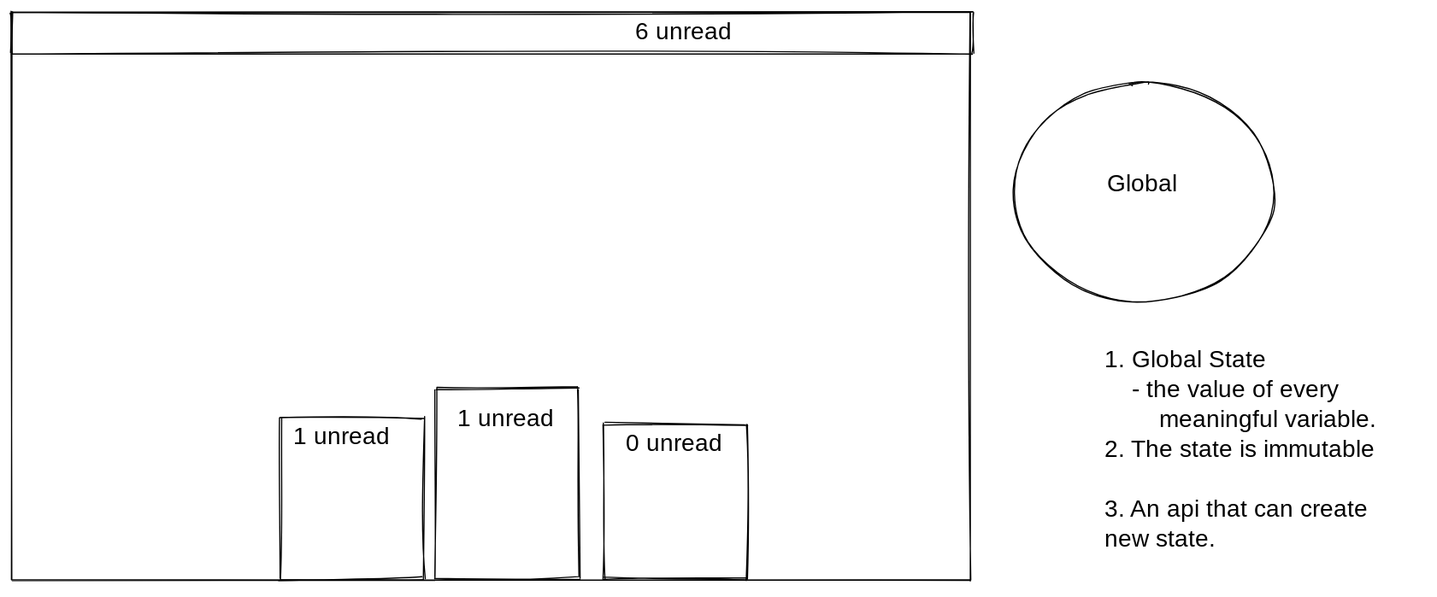
Before: static/img/redux.excalidraw.svg, a diagram exported from Excalidraw (JeffryGonzalez/class-notes). Source tidied: one line per element, renumbered; positions are measured from the earlier drawing's top-left corner, leaving out a move shared by most shapes.
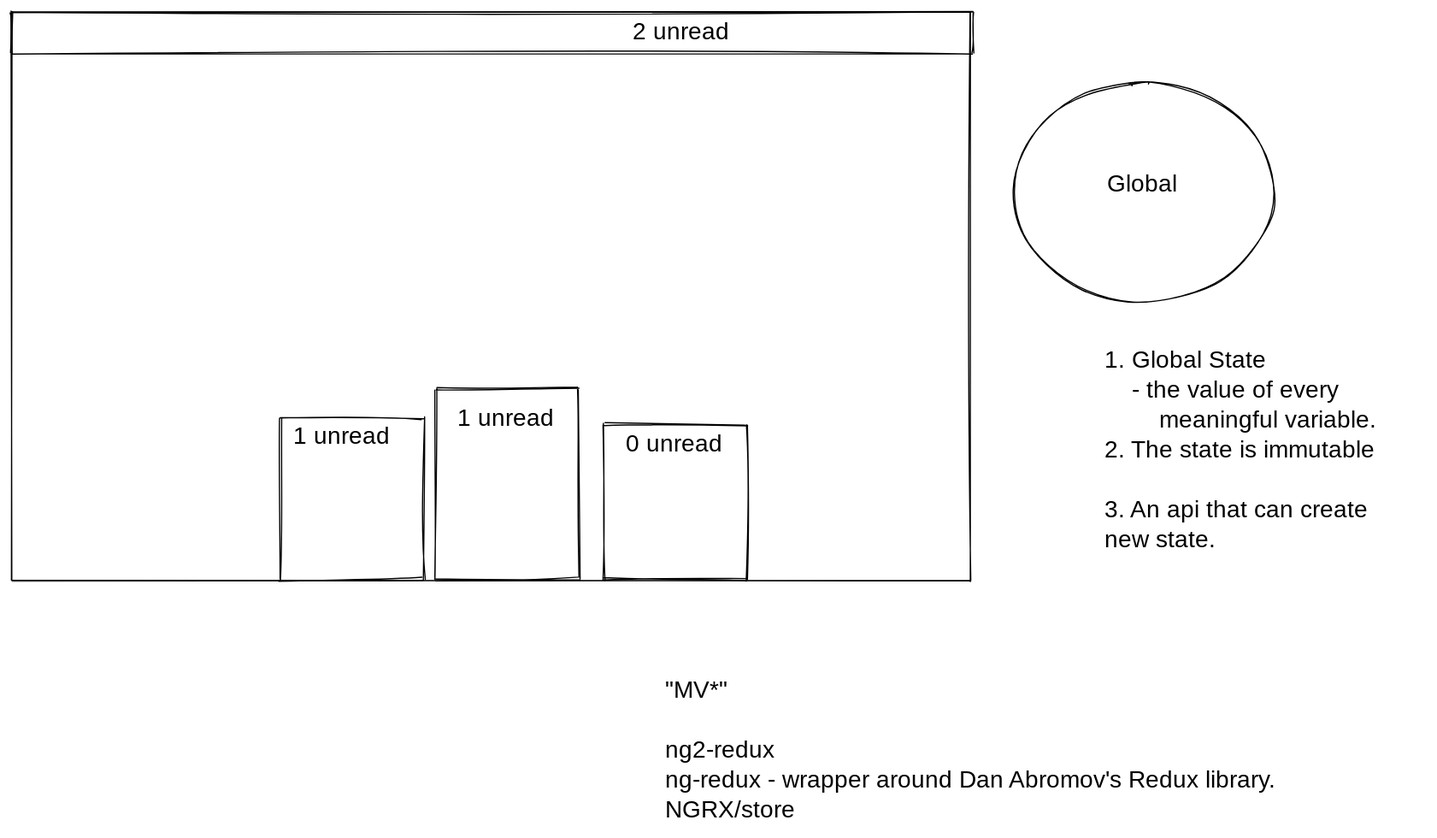
After the commit.

Diff of the diagram source:
```diff
@@ -3,10 +3,11 @@
 {"id": 2, "type": "rectangle", "strokeColor": "#000000", "strokeWidth": 1, "roughness": 1, "x": 224, "y": 339, "width": 120, "height": 135}
 {"id": 3, "type": "rectangle", "strokeColor": "#000000", "strokeWidth": 1, "roughness": 1, "x": 354, "y": 315, "width": 120, "height": 159}
 {"id": 4, "type": "rectangle", "strokeColor": "#000000", "strokeWidth": 1, "roughness": 1, "x": 494, "y": 345, "width": 120, "height": 129}
-{"id": 5, "type": "text", "text": "6 unread", "strokeColor": "#000000", "strokeWidth": 1, "roughness": 1, "fontSize": 20, "fontFamily": 1, "x": 521, "y": 5, "width": 89, "height": 25}
+{"id": 5, "type": "text", "text": "2 unread", "strokeColor": "#000000", "strokeWidth": 1, "roughness": 1, "fontSize": 20, "fontFamily": 1, "x": 519, "y": 5, "width": 90, "height": 25}
 {"id": 6, "type": "text", "text": "1 unread", "strokeColor": "#000000", "strokeWidth": 1, "roughness": 1, "fontSize": 20, "fontFamily": 1, "x": 235, "y": 343, "width": 81, "height": 25}
 {"id": 7, "type": "text", "text": "1 unread", "strokeColor": "#000000", "strokeWidth": 1, "roughness": 1, "fontSize": 20, "fontFamily": 1, "x": 372, "y": 328, "width": 81, "height": 25}
 {"id": 8, "type": "text", "text": "0 unread", "strokeColor": "#000000", "strokeWidth": 1, "roughness": 1, "fontSize": 20, "fontFamily": 1, "x": 513, "y": 349, "width": 90, "height": 25}
 {"id": 9, "type": "ellipse", "strokeColor": "#000000", "strokeWidth": 1, "roughness": 1, "x": 837, "y": 59, "width": 218, "height": 183}
 {"id": 10, "type": "text", "text": "Global", "strokeColor": "#000000", "strokeWidth": 1, "roughness": 1, "fontSize": 20, "fontFamily": 1, "x": 915, "y": 132, "width": 62, "height": 25}
 {"id": 11, "type": "text", "text": "1. Global State\n    - the value of every \n        meaningful variable.\n2. The state is immutable\n\n3. An api that can create\nnew state.\n", "strokeColor": "#000000", "strokeWidth": 1, "roughness": 1, "fontSize": 20, "fontFamily": 1, "x": 913, "y": 279, "width": 268, "height": 200}
+{"id": 12, "type": "text", "text": "\"MV*\"\n\nng2-redux\nng-redux - wrapper around Dan Abromov's Redux library.\nNGRX/store", "strokeColor": "#000000", "strokeWidth": 1, "roughness": 1, "fontSize": 20, "fontFamily": 1, "x": 546, "y": 555, "width": 553, "height": 125}
```
